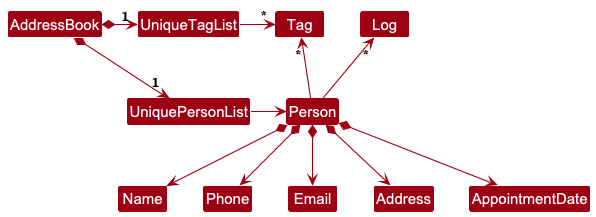
Earlier version of the PlantUML export docs/images/BetterModelClassDiagram.png (nus-cs2103-AY2425S1/tp).
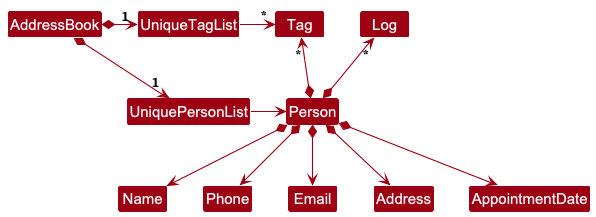
The same diagram one commit later.

Commit message:
fix: save new class diagram

The edit, as a diff of the source:
```diff
@@ -12,8 +12,8 @@
 UniqueTagList -right-> "*" Tag
 UniquePersonList -right-> Person
 
-Person -up-> "*" Tag
-Person -up-> "*" Log
+Person *-up-> "*" Tag
+Person *-up-> "*" Log
 Tag -[hidden]right-> Log
 
 Person *--> Name
```
